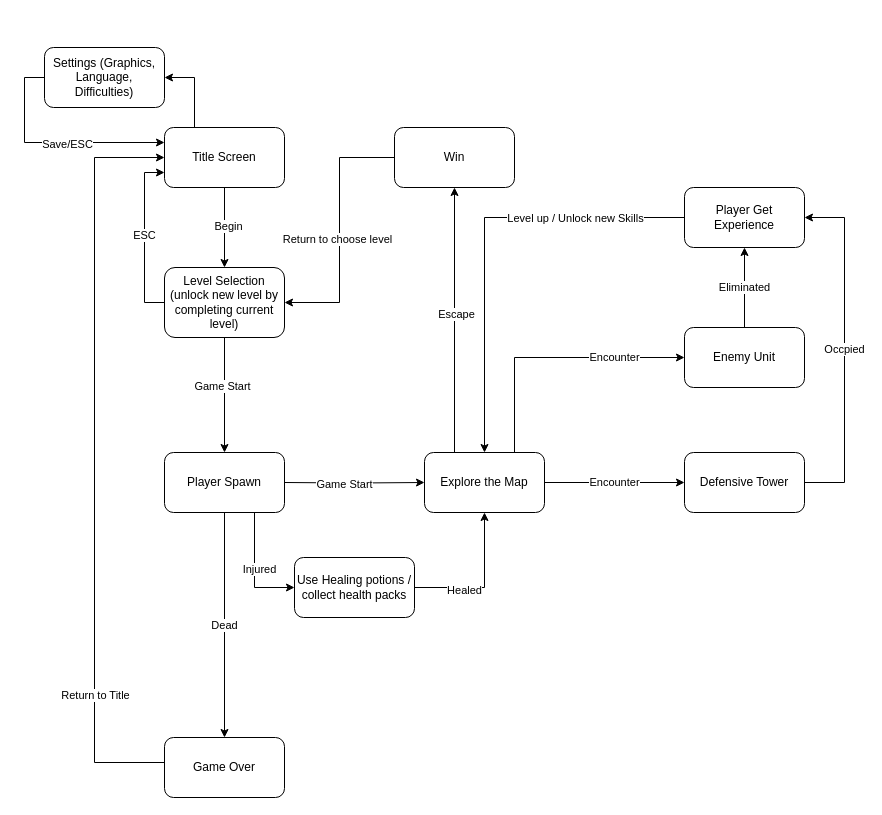
Earlier version of the draw.io diagram Untitled Diagram.drawio (songjian0127/HTML-). Source tidied: cells renumbered, new cells numbered last; positions are measured from the earlier drawing's top-left corner, leaving out a move shared by most shapes. Both pictures are drawn from the tidied source at 100%, with x=0, y=0 at pixel (44, 47).
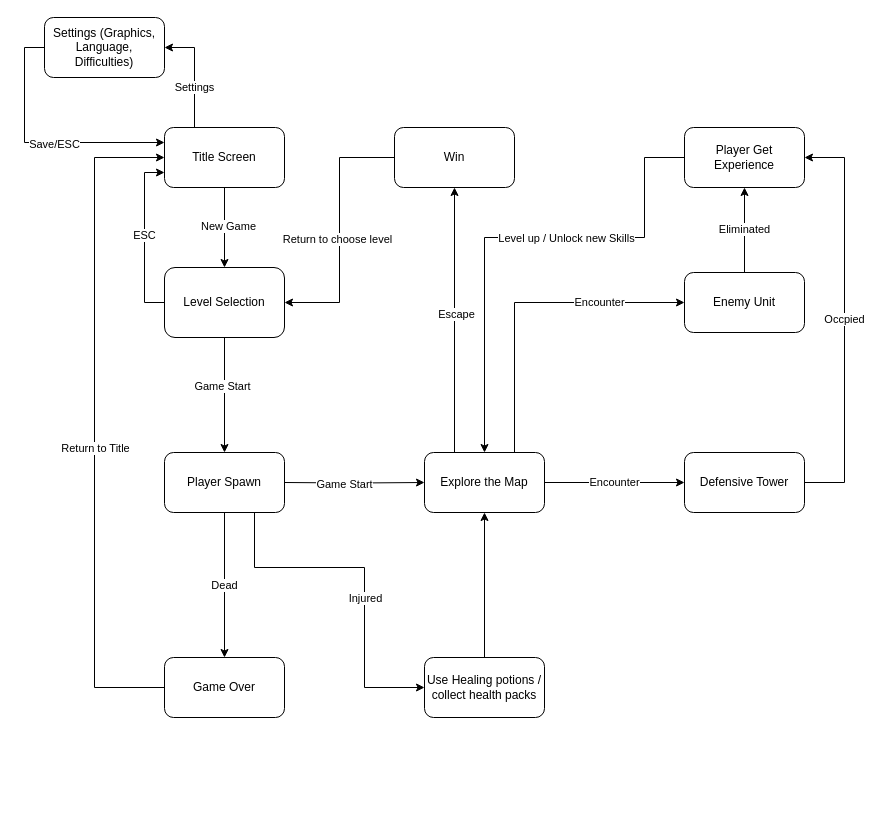
The same diagram, later.

The change refers to these unchanged cells:
```xml
<mxCell id="3" style="edgeStyle=orthogonalEdgeStyle;rounded=0;jettySize=auto;html=1;" parent="1" edge="1" source="5" target="13">
  <mxGeometry relative="1" as="geometry" />
</mxCell>
<mxCell id="5" value="Title Screen" style="rounded=1;whiteSpace=wrap;html=1;" parent="1" vertex="1">
  <mxGeometry x="120" y="80" width="120" height="60" as="geometry" />
</mxCell>
<mxCell id="20" value="Explore the Map" style="whiteSpace=wrap;html=1;rounded=1;" parent="1" vertex="1">
  <mxGeometry x="380" y="405" width="120" height="60" as="geometry" />
</mxCell>
<mxCell id="38" value="Defensive Tower" style="whiteSpace=wrap;html=1;rounded=1;" parent="1" vertex="1">
  <mxGeometry x="640" y="405" width="120" height="60" as="geometry" />
</mxCell>
<mxCell id="40" value="Player Spawn" style="whiteSpace=wrap;html=1;rounded=1;" parent="1" vertex="1">
  <mxGeometry x="120" y="405" width="120" height="60" as="geometry" />
</mxCell>
```

What changed in the source:
```diff
@@
-    <mxCell id="2" style="edgeStyle=orthogonalEdgeStyle;rounded=0;jettySize=auto;html=1;entryX=1;entryY=0.5;entryDx=0;entryDy=0;exitX=0.25;exitY=0;exitDx=0;exitDy=0;" parent="1" edge="1" source="5" target="8">
-      <mxGeometry relative="1" as="geometry" />
+    <mxCell id="2" value="Settings" style="edgeStyle=orthogonalEdgeStyle;rounded=0;jettySize=auto;html=1;entryX=1;entryY=0.5;entryDx=0;entryDy=0;exitX=0.25;exitY=0;exitDx=0;exitDy=0;" parent="1" edge="1" source="5" target="8">
+      <mxGeometry x="-0.27" relative="1" as="geometry" />
     </mxCell>
@@
-    <mxCell id="4" value="Begin" style="edgeLabel;html=1;align=center;verticalAlign=middle;" parent="3" vertex="1">
+    <mxCell id="4" value="New Game" style="edgeLabel;html=1;align=center;verticalAlign=middle;" parent="3" vertex="1">
       <mxGeometry x="-0.06" y="3" relative="1" as="geometry" />
     </mxCell>
@@
     <mxCell id="8" value="Settings (Graphics, Language, Difficulties)" style="rounded=1;whiteSpace=wrap;html=1;" parent="1" vertex="1">
-      <mxGeometry width="120" height="60" as="geometry" />
+      <mxGeometry y="-30" width="120" height="60" as="geometry" />
     </mxCell>
@@
-    <mxCell id="13" value="Level Selection&lt;br&gt;(unlock new level by completing current level)" style="rounded=1;whiteSpace=wrap;html=1;" parent="1" vertex="1">
+    <mxCell id="13" value="Level Selection" style="rounded=1;whiteSpace=wrap;html=1;" parent="1" vertex="1">
       <mxGeometry x="120" y="220" width="120" height="70" as="geometry" />
     </mxCell>
@@
     <mxCell id="21" style="edgeStyle=orthogonalEdgeStyle;rounded=0;jettySize=auto;html=1;exitX=0;exitY=0.5;exitDx=0;exitDy=0;entryX=0.5;entryY=0;entryDx=0;entryDy=0;" parent="1" edge="1" source="23" target="20">
-      <mxGeometry relative="1" as="geometry" />
+      <mxGeometry relative="1" as="geometry">
+        <Array as="points">
+          <mxPoint x="600" y="110" />
+          <mxPoint x="600" y="190" />
+          <mxPoint x="440" y="190" />
+        </Array>
+      </mxGeometry>
     </mxCell>
     <mxCell id="22" value="Level up / Unlock new Skills" style="edgeLabel;html=1;align=center;verticalAlign=middle;" parent="21" vertex="1">
       <mxGeometry x="-0.26" y="-2" relative="1" as="geometry">
-        <mxPoint x="51" y="2" as="offset" />
+        <mxPoint x="-16" y="2" as="offset" />
       </mxGeometry>
     </mxCell>
     <mxCell id="23" value="Player Get Experience" style="whiteSpace=wrap;html=1;rounded=1;" parent="1" vertex="1">
-      <mxGeometry x="640" y="140" width="120" height="60" as="geometry" />
+      <mxGeometry x="640" y="80" width="120" height="60" as="geometry" />
     </mxCell>
-    <mxCell id="24" style="edgeStyle=orthogonalEdgeStyle;rounded=0;jettySize=auto;html=1;entryX=0.5;entryY=1;entryDx=0;entryDy=0;" parent="1" edge="1" source="26" target="20">
+    <mxCell id="24" style="edgeStyle=orthogonalEdgeStyle;rounded=0;jettySize=auto;html=1;exitX=0.5;exitY=0;exitDx=0;exitDy=0;entryX=0.5;entryY=1;entryDx=0;entryDy=0;" parent="1" edge="1" source="26" target="20">
       <mxGeometry relative="1" as="geometry" />
     </mxCell>
-    <mxCell id="25" value="Healed" style="edgeLabel;html=1;align=center;verticalAlign=middle;" parent="24" vertex="1">
-      <mxGeometry x="-0.32" y="-2" relative="1" as="geometry" />
-    </mxCell>
     <mxCell id="26" value="Use Healing potions / collect health packs" style="whiteSpace=wrap;html=1;rounded=1;" parent="1" vertex="1">
-      <mxGeometry x="250" y="510" width="120" height="60" as="geometry" />
+      <mxGeometry x="380" y="610" width="120" height="60" as="geometry" />
     </mxCell>
-    <mxCell id="27" style="edgeStyle=orthogonalEdgeStyle;rounded=0;jettySize=auto;html=1;entryX=0;entryY=0.5;entryDx=0;entryDy=0;" parent="1" edge="1" source="29" target="5">
+    <mxCell id="27" style="edgeStyle=orthogonalEdgeStyle;rounded=0;jettySize=auto;html=1;entryX=0;entryY=0.5;entryDx=0;entryDy=0;exitX=0;exitY=0.5;exitDx=0;exitDy=0;" parent="1" edge="1" source="29" target="5">
       <mxGeometry relative="1" as="geometry">
         <Array as="points">
-          <mxPoint x="50" y="715" />
+          <mxPoint x="50" y="640" />
           <mxPoint x="50" y="110" />
         </Array>
       </mxGeometry>
     </mxCell>
     <mxCell id="28" value="Return to Title" style="edgeLabel;html=1;align=center;verticalAlign=middle;" parent="27" vertex="1">
-      <mxGeometry x="-0.63" relative="1" as="geometry" />
+      <mxGeometry x="-0.63" relative="1" as="geometry">
+        <mxPoint y="-186" as="offset" />
+      </mxGeometry>
     </mxCell>
     <mxCell id="29" value="Game Over" style="whiteSpace=wrap;html=1;rounded=1;" parent="1" vertex="1">
-      <mxGeometry x="120" y="690" width="120" height="60" as="geometry" />
+      <mxGeometry x="120" y="610" width="120" height="60" as="geometry" />
     </mxCell>
@@
     <mxCell id="34" value="Enemy Unit" style="whiteSpace=wrap;html=1;rounded=1;" parent="1" vertex="1">
-      <mxGeometry x="640" y="280" width="120" height="60" as="geometry" />
+      <mxGeometry x="640" y="225" width="120" height="60" as="geometry" />
     </mxCell>
     <mxCell id="35" value="Occpied" style="edgeStyle=orthogonalEdgeStyle;rounded=0;jettySize=auto;html=1;exitX=1;exitY=0.5;exitDx=0;exitDy=0;entryX=1;entryY=0.5;entryDx=0;entryDy=0;" parent="1" edge="1" source="38" target="23">
       <mxGeometry relative="1" as="geometry">
         <Array as="points">
           <mxPoint x="800" y="435" />
-          <mxPoint x="800" y="170" />
+          <mxPoint x="800" y="110" />
         </Array>
       </mxGeometry>
     </mxCell>
     <mxCell id="36" style="edgeStyle=orthogonalEdgeStyle;rounded=0;jettySize=auto;html=1;exitX=0.75;exitY=1;exitDx=0;exitDy=0;entryX=0;entryY=0.5;entryDx=0;entryDy=0;" parent="1" edge="1" source="40" target="26">
-      <mxGeometry relative="1" as="geometry" />
+      <mxGeometry relative="1" as="geometry">
+        <Array as="points">
+          <mxPoint x="210" y="520" />
+          <mxPoint x="320" y="520" />
+          <mxPoint x="320" y="640" />
+        </Array>
+      </mxGeometry>
     </mxCell>
     <mxCell id="37" value="Injured" style="edgeLabel;html=1;align=center;verticalAlign=middle;" parent="36" vertex="1">
-      <mxGeometry x="-0.02" y="4" relative="1" as="geometry" />
+      <mxGeometry x="-0.02" y="4" relative="1" as="geometry">
+        <mxPoint x="-4" y="26" as="offset" />
+      </mxGeometry>
     </mxCell>
```
